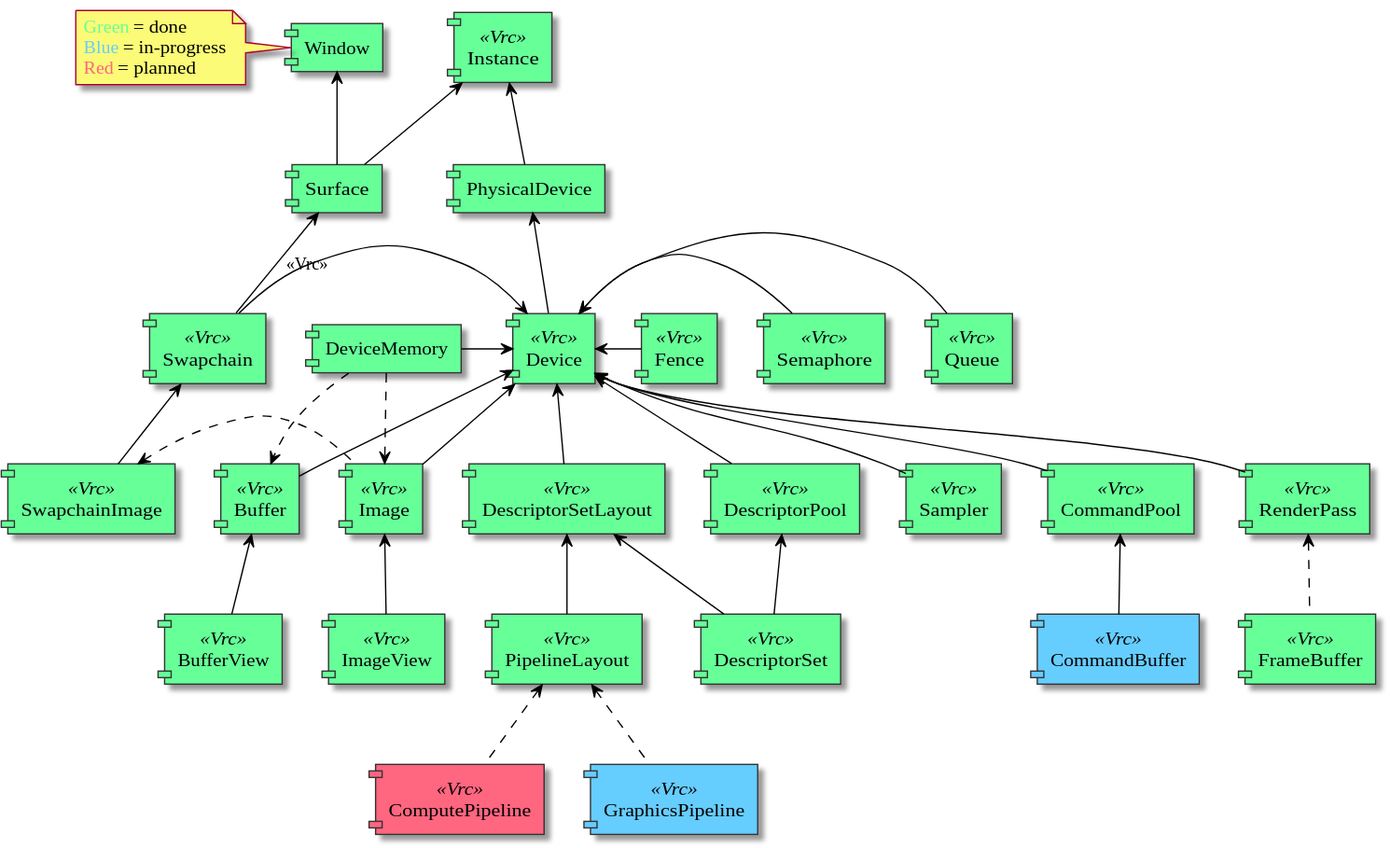
Before: assets/diagrams/object_dependency_graph.svg, a diagram exported from PlantUML (vulkayes/vulkayes-thesis).
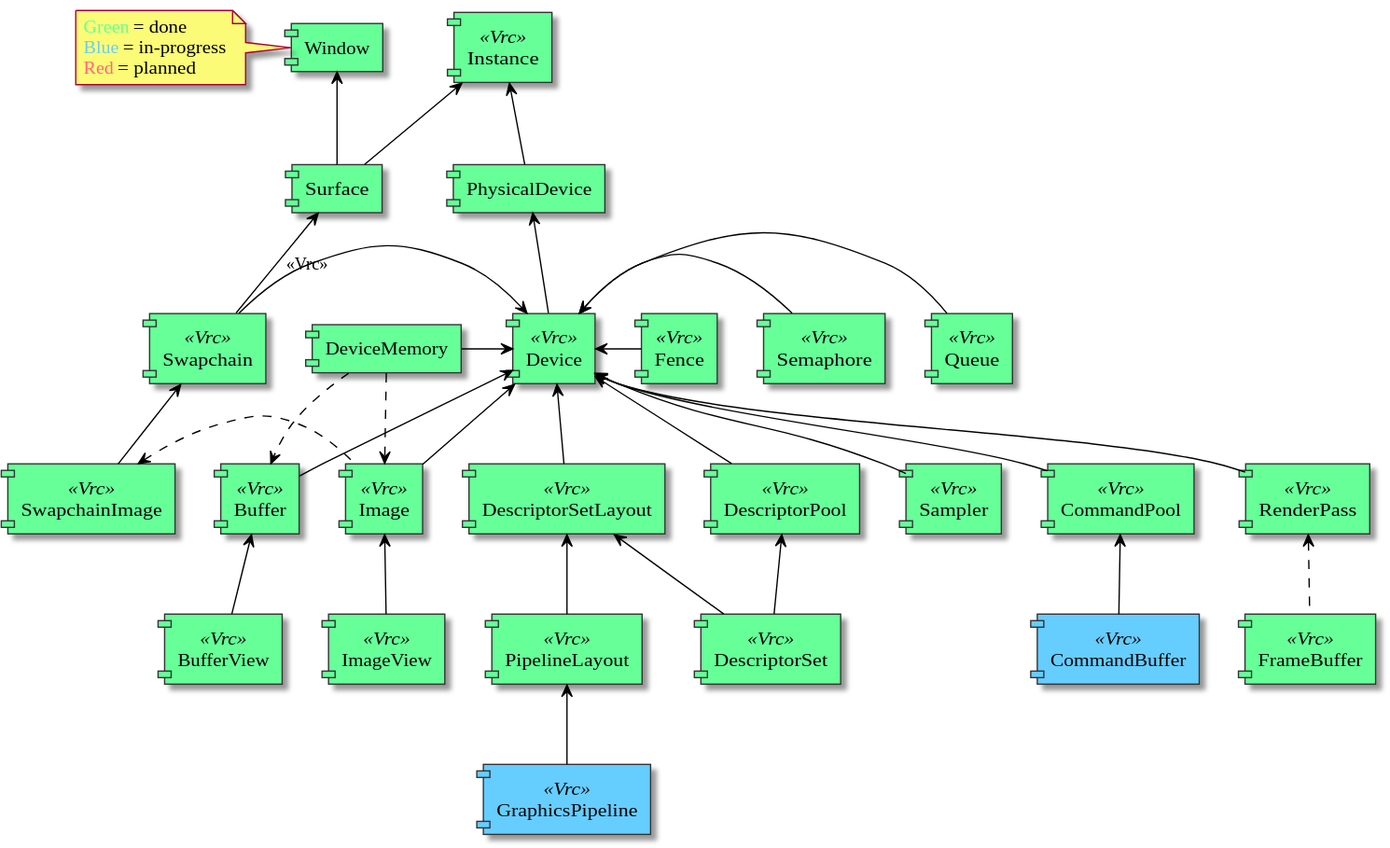
Later version of the same file.

What changed in the source:
```diff
@@ -40,7 +40,6 @@
 
 component [RenderPass] <<Vrc>> #66FF98
 component [FrameBuffer] <<Vrc>> #66FF98
-component [ComputePipeline] <<Vrc>> #FF6680
 component [GraphicsPipeline] <<Vrc>> #66CDFF
 
 component [DescriptorSetLayout] <<Vrc>> #66FF98
@@ -86,8 +85,7 @@
 [RenderPass] <.. [FrameBuffer]
 [DescriptorSetLayout] <-- [DescriptorSet]
 [DescriptorSetLayout] <-- [PipelineLayout]
-[PipelineLayout] <.. [ComputePipeline]
-[PipelineLayout] <.. [GraphicsPipeline]
+[PipelineLayout] <-- [GraphicsPipeline]
 [DescriptorPool] <-- [DescriptorSet]
 
 @enduml
```
